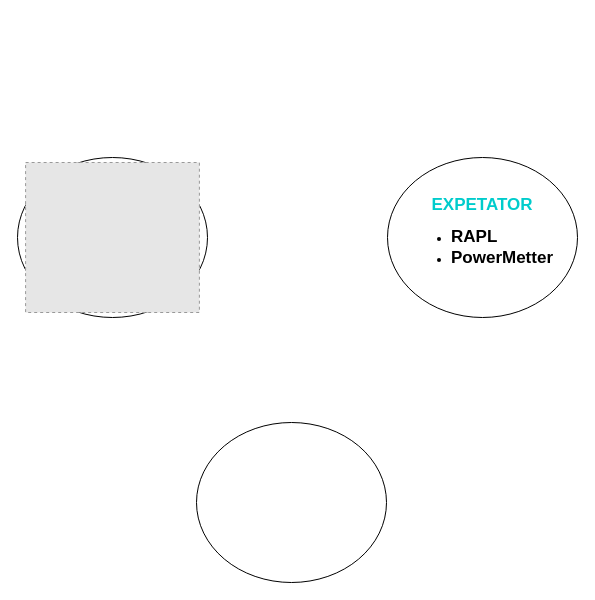
This is page "Trang-2" (2 of 2) of Biểu đồ không có tiêu đề.drawio from HuongDM1896/Drawio, a draw.io file, before an edit. Source tidied: cells renumbered, new cells numbered last; positions are measured from the earlier drawing's top-left corner, leaving out a move shared by most shapes. Both pictures are drawn from the tidied source at 100%, with x=0, y=0 at pixel (17, 157). Pictures stored in the file or linked from it are replaced by grey dashed boxes.
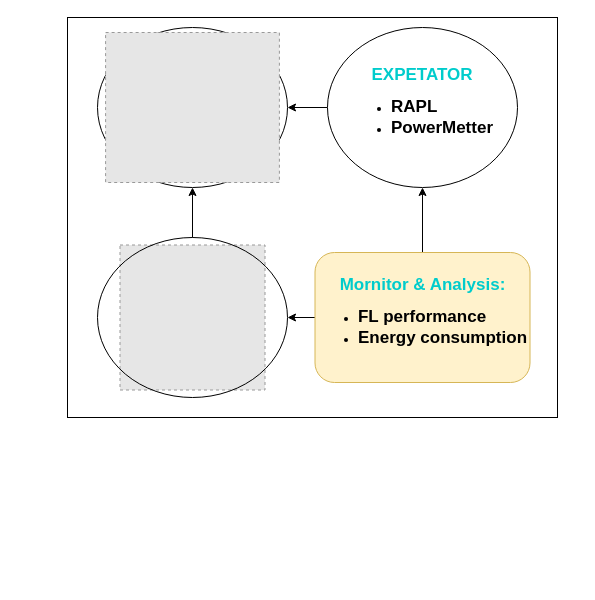
The same page after the edit.

Commit message (it also covers changes not shown here):
Cập nhật Biểu đồ không có tiêu đề.drawio

What changed in the source:
```diff
@@
 <mxGraphModel>
   <root>
     <mxCell id="0" />
     <mxCell id="1" parent="0" />
+    <mxCell id="7" style="rounded=0;whiteSpace=wrap;html=1;fillColor=default;" parent="1" vertex="1">
+      <mxGeometry x="50" y="-140" width="490" height="400" as="geometry" />
+    </mxCell>
     <mxCell id="2" style="group;" parent="1" vertex="1">
-      <mxGeometry width="190" height="160" as="geometry" />
+      <mxGeometry x="80" y="-130" width="190" height="160" as="geometry" />
     </mxCell>
     <mxCell id="3" style="ellipse;whiteSpace=wrap;html=1;" parent="2" vertex="1">
       <mxGeometry width="190" height="160" as="geometry" />
     </mxCell>
     <mxCell id="4" style="fillColor=#E6E6E6;strokeColor=#999999;dashed=1;verticalLabelPosition=bottom;labelBackgroundColor=default;verticalAlign=top;" parent="2" vertex="1">
       <mxGeometry x="8.1" y="5" width="173.8" height="150" as="geometry" />
     </mxCell>
+    <mxCell id="8" style="edgeStyle=orthogonalEdgeStyle;rounded=0;jettySize=auto;html=1;exitX=0;exitY=0.5;exitDx=0;exitDy=0;entryX=1;entryY=0.5;entryDx=0;entryDy=0;" parent="1" edge="1" source="5" target="3">
+      <mxGeometry relative="1" as="geometry" />
+    </mxCell>
     <mxCell id="5" value="&lt;b&gt;&lt;font color=&quot;#00cccc&quot; style=&quot;font-size: 17px;&quot;&gt;EXPETATOR&lt;/font&gt;&lt;/b&gt;&lt;div&gt;&lt;ul&gt;&lt;li style=&quot;text-align: left;&quot;&gt;&lt;b&gt;&lt;font style=&quot;font-size: 17px;&quot;&gt;RAPL&amp;nbsp;&lt;/font&gt;&lt;/b&gt;&lt;/li&gt;&lt;li style=&quot;text-align: left;&quot;&gt;&lt;b&gt;&lt;font style=&quot;font-size: 17px;&quot;&gt;PowerMetter&lt;/font&gt;&lt;/b&gt;&lt;/li&gt;&lt;/ul&gt;&lt;/div&gt;" style="ellipse;whiteSpace=wrap;html=1;" parent="1" vertex="1">
-      <mxGeometry x="370" width="190" height="160" as="geometry" />
+      <mxGeometry x="310" y="-130" width="190" height="160" as="geometry" />
     </mxCell>
+    <mxCell id="9" style="group;" parent="1" vertex="1">
+      <mxGeometry x="80" y="80" width="190" height="160" as="geometry" />
+    </mxCell>
+    <mxCell id="10" style="fillColor=#E6E6E6;strokeColor=#999999;dashed=1;verticalLabelPosition=bottom;labelBackgroundColor=default;verticalAlign=top;" parent="9" vertex="1">
+      <mxGeometry x="22.5" y="7.5" width="145" height="145" as="geometry" />
+    </mxCell>
-    <mxCell id="6" style="ellipse;whiteSpace=wrap;html=1;" parent="1" vertex="1">
-      <mxGeometry x="179" y="265" width="190" height="160" as="geometry" />
+    <mxCell id="6" style="ellipse;whiteSpace=wrap;html=1;fillColor=none;" parent="9" vertex="1">
+      <mxGeometry width="190" height="160" as="geometry" />
     </mxCell>
+    <mxCell id="11" style="edgeStyle=orthogonalEdgeStyle;rounded=0;jettySize=auto;html=1;entryX=0.5;entryY=1;entryDx=0;entryDy=0;" parent="1" edge="1" source="6" target="3">
+      <mxGeometry relative="1" as="geometry" />
+    </mxCell>
+    <mxCell id="12" style="edgeStyle=orthogonalEdgeStyle;rounded=0;jettySize=auto;html=1;exitX=0.5;exitY=0;exitDx=0;exitDy=0;" parent="1" edge="1" source="14" target="5">
+      <mxGeometry relative="1" as="geometry" />
+    </mxCell>
+    <mxCell id="13" style="edgeStyle=orthogonalEdgeStyle;rounded=0;jettySize=auto;html=1;entryX=1;entryY=0.5;entryDx=0;entryDy=0;" parent="1" edge="1" source="14" target="6">
+      <mxGeometry relative="1" as="geometry" />
+    </mxCell>
+    <mxCell id="14" value="&lt;span style=&quot;text-align: left;&quot;&gt;&lt;font color=&quot;#00cccc&quot; style=&quot;font-size: 17px;&quot;&gt;&lt;b&gt;Mornitor &amp;amp; Analysis:&lt;/b&gt;&lt;/font&gt;&lt;/span&gt;&lt;div style=&quot;text-align: left;&quot;&gt;&lt;ul&gt;&lt;li&gt;&lt;font style=&quot;font-size: 17px;&quot;&gt;&lt;b&gt;FL performance&lt;/b&gt;&lt;/font&gt;&lt;/li&gt;&lt;li&gt;&lt;font style=&quot;font-size: 17px;&quot;&gt;&lt;b&gt;Energy consumption&lt;/b&gt;&lt;/font&gt;&lt;/li&gt;&lt;/ul&gt;&lt;/div&gt;" style="rounded=1;whiteSpace=wrap;html=1;fillColor=#fff2cc;strokeColor=#d6b656;" parent="1" vertex="1">
+      <mxGeometry x="297.5" y="95" width="215" height="130" as="geometry" />
+    </mxCell>
   </root>
 </mxGraphModel>
```
